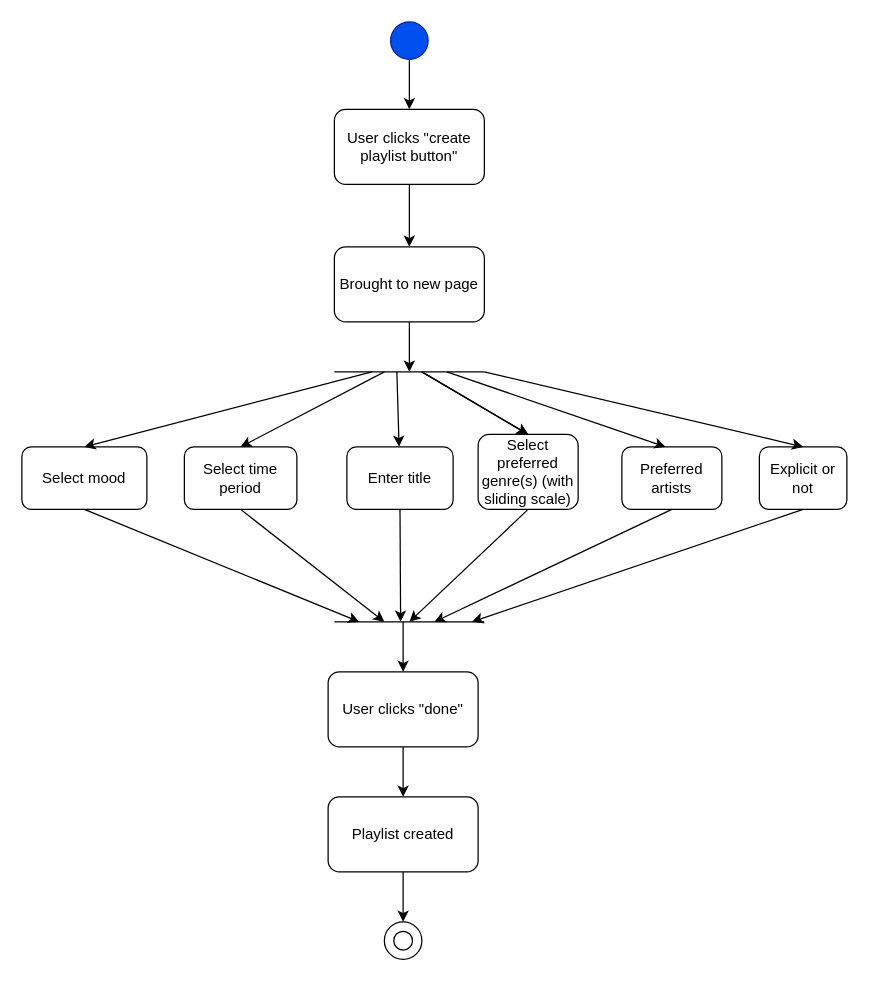
stpilks99/moodipy keeps this draw.io diagram as activity_gui_create_playlist.drawio. Above is the earlier version. Source tidied: cells renumbered, new cells numbered last; positions are measured from the earlier drawing's top-left corner, leaving out a move shared by most shapes. Both pictures are drawn from the tidied source at 125%, with x=0, y=0 at pixel (21, 21).
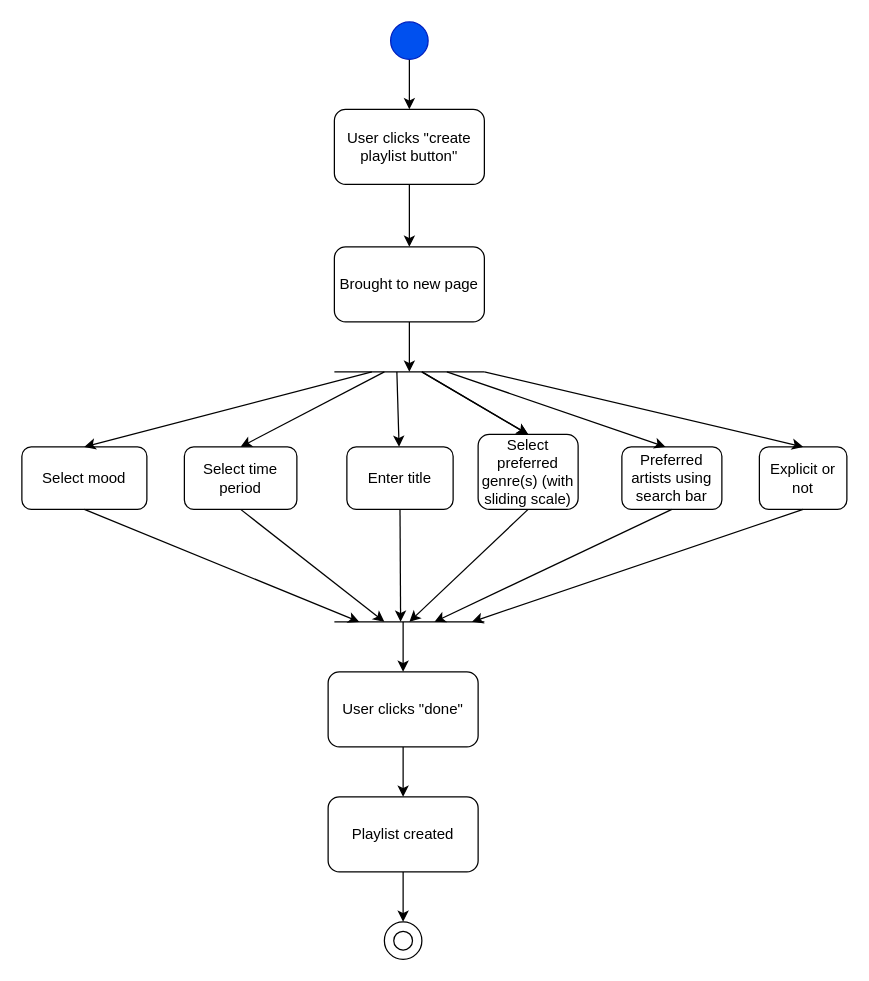
The same page after the edit.

Commit message:
actually finished activity_gui_create_playlist.drawio

Change to the diagram source:
```diff
@@
-    <mxCell id="11" value="Preferred artists" style="rounded=1;whiteSpace=wrap;html=1;" parent="1" vertex="1">
+    <mxCell id="11" value="Preferred artists using search bar" style="rounded=1;whiteSpace=wrap;html=1;" parent="1" vertex="1">
       <mxGeometry x="480" y="340" width="80" height="50" as="geometry" />
     </mxCell>
```
